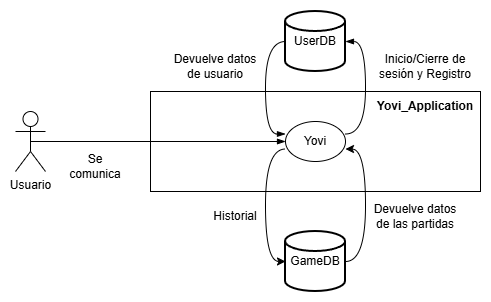
The draw.io diagram images/03_Contexto_de_negocio-ES.drawio.png in Arquisoft/yovi_es4d, before a commit. Source tidied: cells renumbered, new cells last; positions are measured from the earlier drawing's top-left corner, leaving out a move shared by most shapes. Source of this version:
```xml
<mxGraphModel>
  <root>
    <mxCell id="0" />
    <mxCell id="1" parent="0" />
    <mxCell id="2" style="rounded=0;whiteSpace=wrap;html=1;" parent="1" vertex="1">
      <mxGeometry x="135" y="80" width="330" height="100" as="geometry" />
    </mxCell>
    <mxCell id="3" style="edgeStyle=orthogonalEdgeStyle;rounded=0;jettySize=auto;html=1;exitX=0.5;exitY=0.5;exitDx=0;exitDy=0;exitPerimeter=0;curved=1;endArrow=blockThin;endFill=1;" parent="1" edge="1" source="4" target="7">
      <mxGeometry relative="1" as="geometry" />
    </mxCell>
    <mxCell id="4" value="Usuario" style="shape=umlActor;verticalLabelPosition=bottom;verticalAlign=top;html=1;outlineConnect=0;" parent="1" vertex="1">
      <mxGeometry y="100" width="30" height="60" as="geometry" />
    </mxCell>
    <mxCell id="5" value="&lt;b&gt;Yovi_Application&lt;/b&gt;" style="text;html=1;whiteSpace=wrap;strokeColor=none;fillColor=none;align=center;verticalAlign=middle;rounded=0;" parent="1" vertex="1">
      <mxGeometry x="380" y="80" width="60" height="30" as="geometry" />
    </mxCell>
    <mxCell id="6" style="ellipse;whiteSpace=wrap;html=1;" parent="1" vertex="1">
      <mxGeometry x="270" y="110" width="60" height="40" as="geometry" />
    </mxCell>
    <mxCell id="7" value="Yovi" style="text;html=1;whiteSpace=wrap;strokeColor=none;fillColor=none;align=center;verticalAlign=middle;rounded=0;" parent="1" vertex="1">
      <mxGeometry x="270" y="115" width="60" height="30" as="geometry" />
    </mxCell>
    <mxCell id="8" style="edgeStyle=orthogonalEdgeStyle;rounded=0;jettySize=auto;html=1;exitX=0;exitY=0.5;exitDx=0;exitDy=0;exitPerimeter=0;entryX=0;entryY=0.25;entryDx=0;entryDy=0;endArrow=blockThin;endFill=1;curved=1;" parent="1" edge="1" source="9" target="7">
      <mxGeometry relative="1" as="geometry" />
    </mxCell>
    <mxCell id="9" value="UserDB" style="strokeWidth=2;html=1;shape=mxgraph.flowchart.database;whiteSpace=wrap;" parent="1" vertex="1">
      <mxGeometry x="270" width="60" height="60" as="geometry" />
    </mxCell>
    <mxCell id="10" style="edgeStyle=orthogonalEdgeStyle;rounded=0;jettySize=auto;html=1;exitX=1;exitY=0.25;exitDx=0;exitDy=0;entryX=1;entryY=0.5;entryDx=0;entryDy=0;entryPerimeter=0;curved=1;endArrow=blockThin;endFill=1;" parent="1" edge="1" source="7" target="9">
      <mxGeometry relative="1" as="geometry" />
    </mxCell>
    <mxCell id="11" value="Se comunica" style="text;html=1;whiteSpace=wrap;strokeColor=none;fillColor=none;align=center;verticalAlign=middle;rounded=0;" parent="1" vertex="1">
      <mxGeometry x="50" y="140" width="60" height="30" as="geometry" />
    </mxCell>
    <mxCell id="12" value="Devuelve datos de usuario" style="text;html=1;whiteSpace=wrap;strokeColor=none;fillColor=none;align=center;verticalAlign=middle;rounded=0;" parent="1" vertex="1">
      <mxGeometry x="150" y="40" width="100" height="30" as="geometry" />
    </mxCell>
    <mxCell id="13" value="Inicio/Cierre de sesión y Registro" style="text;html=1;whiteSpace=wrap;strokeColor=none;fillColor=none;align=center;verticalAlign=middle;rounded=0;" parent="1" vertex="1">
      <mxGeometry x="355" y="40" width="110" height="30" as="geometry" />
    </mxCell>
    <mxCell id="14" style="edgeStyle=orthogonalEdgeStyle;rounded=0;orthogonalLoop=1;jettySize=auto;html=1;exitX=0.5;exitY=1;exitDx=0;exitDy=0;" parent="1" edge="1" source="2" target="2">
      <mxGeometry relative="1" as="geometry" />
    </mxCell>
    <mxCell id="15" style="edgeStyle=orthogonalEdgeStyle;rounded=0;jettySize=auto;html=1;exitX=1;exitY=0.5;exitDx=0;exitDy=0;exitPerimeter=0;entryX=1;entryY=0.75;entryDx=0;entryDy=0;curved=1;" parent="1" edge="1" source="16" target="7">
      <mxGeometry relative="1" as="geometry" />
    </mxCell>
    <mxCell id="16" value="GameDB" style="strokeWidth=2;html=1;shape=mxgraph.flowchart.database;whiteSpace=wrap;" parent="1" vertex="1">
      <mxGeometry x="270" y="220" width="60" height="60" as="geometry" />
    </mxCell>
    <mxCell id="17" style="edgeStyle=orthogonalEdgeStyle;rounded=0;jettySize=auto;html=1;exitX=0;exitY=0.75;exitDx=0;exitDy=0;entryX=0;entryY=0.5;entryDx=0;entryDy=0;entryPerimeter=0;curved=1;" parent="1" edge="1" source="7" target="16">
      <mxGeometry relative="1" as="geometry" />
    </mxCell>
    <mxCell id="18" value="Devuelve datos de las partidas" style="text;html=1;whiteSpace=wrap;strokeColor=none;fillColor=none;align=center;verticalAlign=middle;rounded=0;" parent="1" vertex="1">
      <mxGeometry x="355" y="190" width="90" height="30" as="geometry" />
    </mxCell>
    <mxCell id="19" value="Historial" style="text;html=1;whiteSpace=wrap;strokeColor=none;fillColor=none;align=center;verticalAlign=middle;rounded=0;" parent="1" vertex="1">
      <mxGeometry x="190" y="190" width="60" height="30" as="geometry" />
    </mxCell>
  </root>
</mxGraphModel>
```
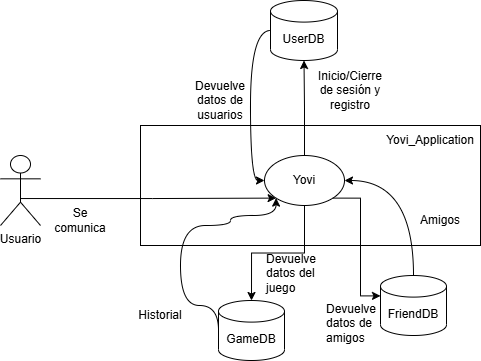
After the change.

What changed in the source:
```diff
@@ -2,59 +2,86 @@
   <root>
     <mxCell id="0" />
     <mxCell id="1" parent="0" />
-    <mxCell id="2" style="rounded=0;whiteSpace=wrap;html=1;" parent="1" vertex="1">
-      <mxGeometry x="135" y="80" width="330" height="100" as="geometry" />
-    </mxCell>
+    <mxCell id="20" style="rounded=0;whiteSpace=wrap;html=1;" parent="1" vertex="1">
+      <mxGeometry x="180" y="220" width="340" height="120" as="geometry" />
+    </mxCell>
-    <mxCell id="3" style="edgeStyle=orthogonalEdgeStyle;rounded=0;jettySize=auto;html=1;exitX=0.5;exitY=0.5;exitDx=0;exitDy=0;exitPerimeter=0;curved=1;endArrow=blockThin;endFill=1;" parent="1" edge="1" source="4" target="7">
-      <mxGeometry relative="1" as="geometry" />
+    <mxCell id="3" style="edgeStyle=orthogonalEdgeStyle;rounded=0;jettySize=auto;html=1;exitX=0.5;exitY=0.5;exitDx=0;exitDy=0;exitPerimeter=0;entryX=0;entryY=1;entryDx=0;entryDy=0;" parent="1" edge="1" source="4" target="7">
+      <mxGeometry relative="1" as="geometry">
+        <Array as="points">
+          <mxPoint x="60" y="293" />
+          <mxPoint x="192" y="293" />
+        </Array>
+      </mxGeometry>
     </mxCell>
     <mxCell id="4" value="Usuario" style="shape=umlActor;verticalLabelPosition=bottom;verticalAlign=top;html=1;outlineConnect=0;" parent="1" vertex="1">
-      <mxGeometry y="100" width="30" height="60" as="geometry" />
+      <mxGeometry x="40" y="250" width="40" height="70" as="geometry" />
     </mxCell>
-    <mxCell id="5" value="&lt;b&gt;Yovi_Application&lt;/b&gt;" style="text;html=1;whiteSpace=wrap;strokeColor=none;fillColor=none;align=center;verticalAlign=middle;rounded=0;" parent="1" vertex="1">
-      <mxGeometry x="380" y="80" width="60" height="30" as="geometry" />
-    </mxCell>
-    <mxCell id="6" style="ellipse;whiteSpace=wrap;html=1;" parent="1" vertex="1">
-      <mxGeometry x="270" y="110" width="60" height="40" as="geometry" />
-    </mxCell>
-    <mxCell id="7" value="Yovi" style="text;html=1;whiteSpace=wrap;strokeColor=none;fillColor=none;align=center;verticalAlign=middle;rounded=0;" parent="1" vertex="1">
-      <mxGeometry x="270" y="115" width="60" height="30" as="geometry" />
+    <mxCell id="7" value="Yovi" style="ellipse;whiteSpace=wrap;html=1;" parent="1" vertex="1">
+      <mxGeometry x="304" y="250" width="80" height="50" as="geometry" />
     </mxCell>
-    <mxCell id="8" style="edgeStyle=orthogonalEdgeStyle;rounded=0;jettySize=auto;html=1;exitX=0;exitY=0.5;exitDx=0;exitDy=0;exitPerimeter=0;entryX=0;entryY=0.25;entryDx=0;entryDy=0;endArrow=blockThin;endFill=1;curved=1;" parent="1" edge="1" source="9" target="7">
+    <mxCell id="8" style="edgeStyle=orthogonalEdgeStyle;rounded=0;jettySize=auto;html=1;entryX=0;entryY=0.5;entryDx=0;entryDy=0;curved=1;exitX=0;exitY=0.5;exitDx=0;exitDy=0;exitPerimeter=0;" parent="1" edge="1" source="9" target="7">
       <mxGeometry relative="1" as="geometry" />
     </mxCell>
-    <mxCell id="9" value="UserDB" style="strokeWidth=2;html=1;shape=mxgraph.flowchart.database;whiteSpace=wrap;" parent="1" vertex="1">
-      <mxGeometry x="270" width="60" height="60" as="geometry" />
+    <mxCell id="9" value="UserDB" style="shape=cylinder3;whiteSpace=wrap;html=1;boundedLbl=1;backgroundOutline=1;size=10.800000000000011;" parent="1" vertex="1">
+      <mxGeometry x="310" y="95" width="67" height="60" as="geometry" />
     </mxCell>
-    <mxCell id="10" style="edgeStyle=orthogonalEdgeStyle;rounded=0;jettySize=auto;html=1;exitX=1;exitY=0.25;exitDx=0;exitDy=0;entryX=1;entryY=0.5;entryDx=0;entryDy=0;entryPerimeter=0;curved=1;endArrow=blockThin;endFill=1;" parent="1" edge="1" source="7" target="9">
-      <mxGeometry relative="1" as="geometry" />
-    </mxCell>
-    <mxCell id="11" value="Se comunica" style="text;html=1;whiteSpace=wrap;strokeColor=none;fillColor=none;align=center;verticalAlign=middle;rounded=0;" parent="1" vertex="1">
-      <mxGeometry x="50" y="140" width="60" height="30" as="geometry" />
-    </mxCell>
-    <mxCell id="12" value="Devuelve datos de usuario" style="text;html=1;whiteSpace=wrap;strokeColor=none;fillColor=none;align=center;verticalAlign=middle;rounded=0;" parent="1" vertex="1">
-      <mxGeometry x="150" y="40" width="100" height="30" as="geometry" />
-    </mxCell>
-    <mxCell id="13" value="Inicio/Cierre de sesión y Registro" style="text;html=1;whiteSpace=wrap;strokeColor=none;fillColor=none;align=center;verticalAlign=middle;rounded=0;" parent="1" vertex="1">
-      <mxGeometry x="355" y="40" width="110" height="30" as="geometry" />
-    </mxCell>
-    <mxCell id="14" style="edgeStyle=orthogonalEdgeStyle;rounded=0;orthogonalLoop=1;jettySize=auto;html=1;exitX=0.5;exitY=1;exitDx=0;exitDy=0;" parent="1" edge="1" source="2" target="2">
-      <mxGeometry relative="1" as="geometry" />
-    </mxCell>
-    <mxCell id="15" style="edgeStyle=orthogonalEdgeStyle;rounded=0;jettySize=auto;html=1;exitX=1;exitY=0.5;exitDx=0;exitDy=0;exitPerimeter=0;entryX=1;entryY=0.75;entryDx=0;entryDy=0;curved=1;" parent="1" edge="1" source="16" target="7">
-      <mxGeometry relative="1" as="geometry" />
+    <mxCell id="15" style="edgeStyle=orthogonalEdgeStyle;rounded=0;jettySize=auto;html=1;entryX=0;entryY=1;entryDx=0;entryDy=0;curved=1;exitX=0;exitY=0.5;exitDx=0;exitDy=0;exitPerimeter=0;" parent="1" edge="1" source="16" target="7">
+      <mxGeometry relative="1" as="geometry">
+        <Array as="points">
+          <mxPoint x="220" y="400" />
+          <mxPoint x="220" y="320" />
+          <mxPoint x="270" y="320" />
+          <mxPoint x="270" y="310" />
+          <mxPoint x="316" y="310" />
+        </Array>
+      </mxGeometry>
     </mxCell>
-    <mxCell id="16" value="GameDB" style="strokeWidth=2;html=1;shape=mxgraph.flowchart.database;whiteSpace=wrap;" parent="1" vertex="1">
-      <mxGeometry x="270" y="220" width="60" height="60" as="geometry" />
+    <mxCell id="16" value="GameDB" style="shape=cylinder3;whiteSpace=wrap;html=1;boundedLbl=1;backgroundOutline=1;size=10.800000000000011;" parent="1" vertex="1">
+      <mxGeometry x="258" y="395" width="66" height="60" as="geometry" />
     </mxCell>
+    <mxCell id="10" style="edgeStyle=orthogonalEdgeStyle;rounded=0;jettySize=auto;html=1;entryX=0.5;entryY=1;entryDx=0;entryDy=0;entryPerimeter=0;" parent="1" edge="1" source="7" target="9">
+      <mxGeometry relative="1" as="geometry" />
+    </mxCell>
-    <mxCell id="17" style="edgeStyle=orthogonalEdgeStyle;rounded=0;jettySize=auto;html=1;exitX=0;exitY=0.75;exitDx=0;exitDy=0;entryX=0;entryY=0.5;entryDx=0;entryDy=0;entryPerimeter=0;curved=1;" parent="1" edge="1" source="7" target="16">
+    <mxCell id="17" style="edgeStyle=orthogonalEdgeStyle;rounded=0;jettySize=auto;html=1;entryX=0.5;entryY=0;entryDx=0;entryDy=0;entryPerimeter=0;" parent="1" edge="1" source="7" target="16">
       <mxGeometry relative="1" as="geometry" />
     </mxCell>
-    <mxCell id="18" value="Devuelve datos de las partidas" style="text;html=1;whiteSpace=wrap;strokeColor=none;fillColor=none;align=center;verticalAlign=middle;rounded=0;" parent="1" vertex="1">
-      <mxGeometry x="355" y="190" width="90" height="30" as="geometry" />
-    </mxCell>
+    <mxCell id="21" style="edgeStyle=orthogonalEdgeStyle;rounded=0;jettySize=auto;html=1;entryX=1;entryY=0.5;entryDx=0;entryDy=0;curved=1;exitX=0.5;exitY=0;exitDx=0;exitDy=0;exitPerimeter=0;" parent="1" edge="1" source="22" target="7">
+      <mxGeometry relative="1" as="geometry" />
+    </mxCell>
+    <mxCell id="22" value="FriendDB" style="shape=cylinder3;whiteSpace=wrap;html=1;boundedLbl=1;backgroundOutline=1;size=10.800000000000011;" parent="1" vertex="1">
+      <mxGeometry x="420" y="370" width="66" height="60" as="geometry" />
+    </mxCell>
+    <mxCell id="23" style="edgeStyle=orthogonalEdgeStyle;rounded=0;jettySize=auto;html=1;entryX=0;entryY=0;entryDx=0;entryDy=20.400000000000006;entryPerimeter=0;exitX=1;exitY=1;exitDx=0;exitDy=0;" parent="1" edge="1" source="7" target="22">
+      <mxGeometry relative="1" as="geometry">
+        <Array as="points">
+          <mxPoint x="400" y="293" />
+          <mxPoint x="400" y="390" />
+        </Array>
+      </mxGeometry>
+    </mxCell>
+    <mxCell id="24" value="Devuelve datos de usuarios" style="text;html=1;whiteSpace=wrap;strokeColor=none;fillColor=none;align=center;verticalAlign=middle;rounded=0;" parent="1" vertex="1">
+      <mxGeometry x="230" y="180" width="60" height="30" as="geometry" />
+    </mxCell>
+    <mxCell id="25" value="&lt;span style=&quot;text-align: center;&quot;&gt;Devuelve datos del juego&lt;/span&gt;" style="text;whiteSpace=wrap;html=1;" parent="1" vertex="1">
+      <mxGeometry x="304" y="340" width="60" height="40" as="geometry" />
+    </mxCell>
+    <mxCell id="26" value="&lt;span style=&quot;text-align: center;&quot;&gt;Devuelve datos de amigos&lt;/span&gt;" style="text;whiteSpace=wrap;html=1;" parent="1" vertex="1">
+      <mxGeometry x="364" y="390" width="70" height="40" as="geometry" />
+    </mxCell>
+    <mxCell id="27" value="Inicio/Cierre de sesión y registro" style="text;html=1;whiteSpace=wrap;strokeColor=none;fillColor=none;align=center;verticalAlign=middle;rounded=0;" parent="1" vertex="1">
+      <mxGeometry x="360" y="170" width="60" height="30" as="geometry" />
+    </mxCell>
     <mxCell id="19" value="Historial" style="text;html=1;whiteSpace=wrap;strokeColor=none;fillColor=none;align=center;verticalAlign=middle;rounded=0;" parent="1" vertex="1">
-      <mxGeometry x="190" y="190" width="60" height="30" as="geometry" />
+      <mxGeometry x="170" y="395" width="60" height="30" as="geometry" />
     </mxCell>
+    <mxCell id="28" value="Amigos" style="text;html=1;whiteSpace=wrap;strokeColor=none;fillColor=none;align=center;verticalAlign=middle;rounded=0;" parent="1" vertex="1">
+      <mxGeometry x="450" y="300" width="60" height="30" as="geometry" />
+    </mxCell>
+    <mxCell id="5" value="Yovi_Application" style="text;html=1;whiteSpace=wrap;strokeColor=none;fillColor=none;align=center;verticalAlign=middle;rounded=0;" parent="1" vertex="1">
+      <mxGeometry x="440" y="220" width="60" height="30" as="geometry" />
+    </mxCell>
+    <mxCell id="11" value="Se comunica" style="text;html=1;whiteSpace=wrap;strokeColor=none;fillColor=none;align=center;verticalAlign=middle;rounded=0;" parent="1" vertex="1">
+      <mxGeometry x="90" y="300" width="60" height="30" as="geometry" />
+    </mxCell>
   </root>
 </mxGraphModel>
```
